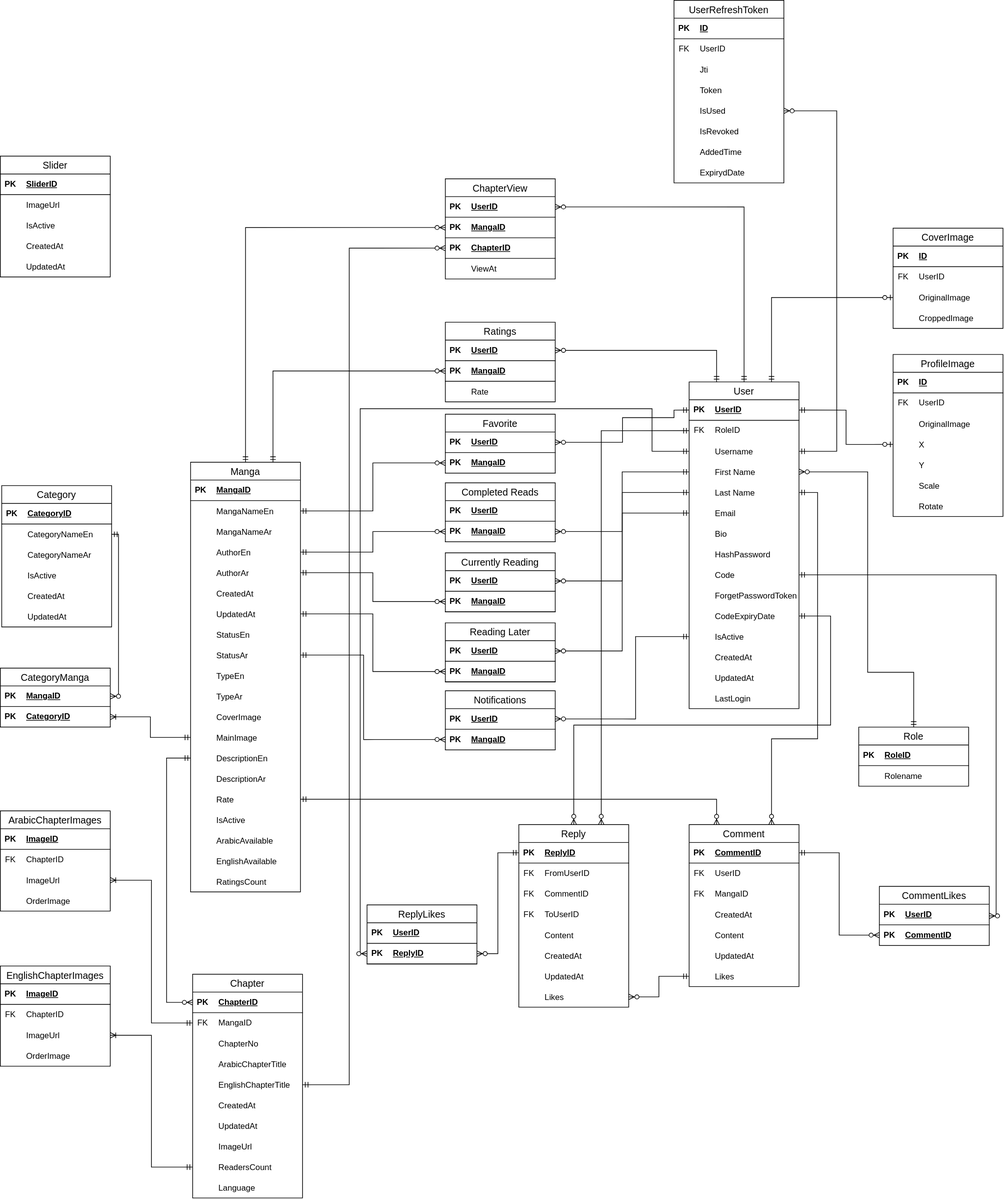
Earlier version of the draw.io export ERD/ARABOON.svg (darxx03eh/ARABOON-Backend). Source tidied: cells renumbered, new cells last; positions are measured from the earlier drawing's top-left corner, leaving out a move shared by most shapes.
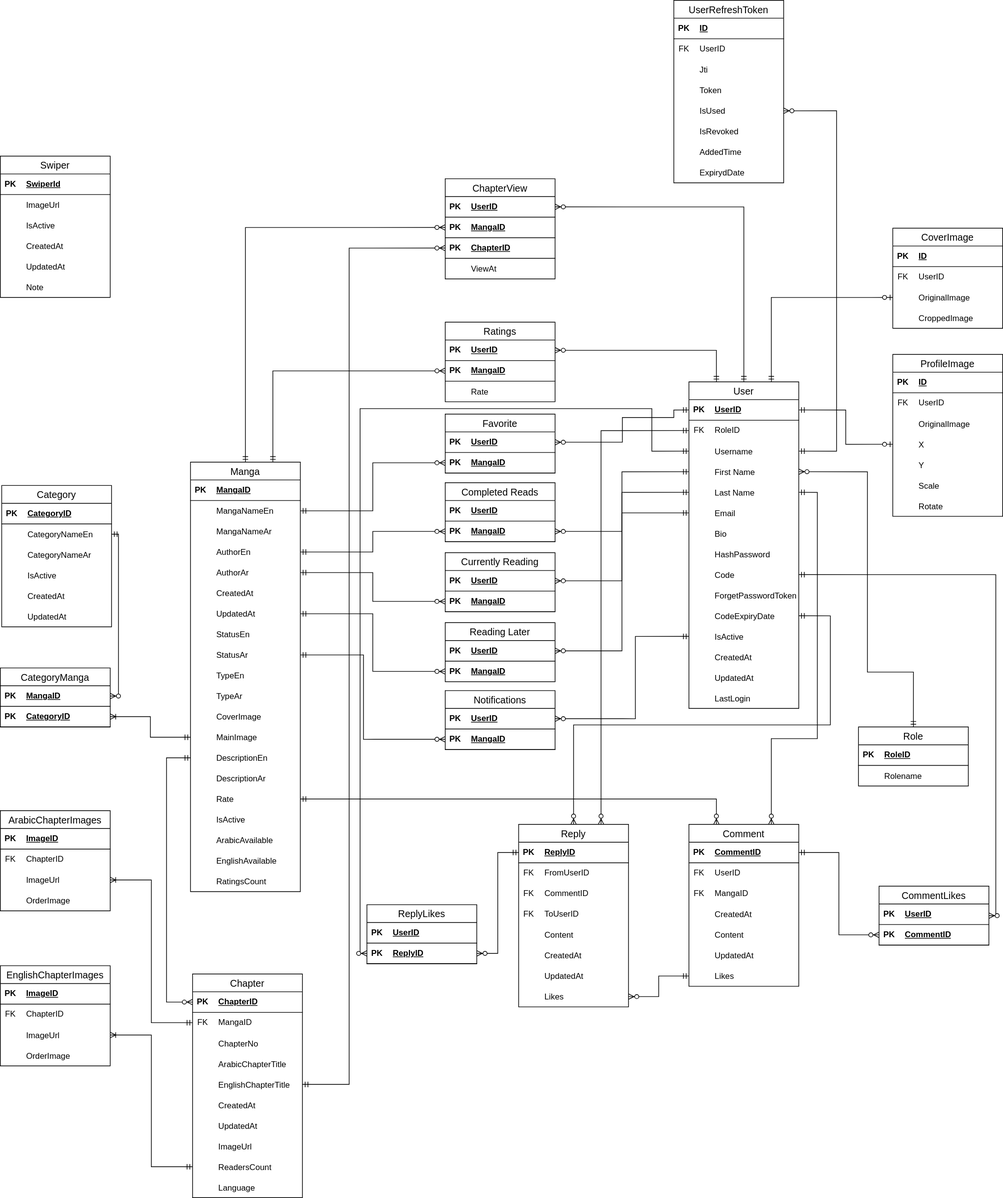
Above is the later version.

The edit, as a diff of the source:
```diff
@@ -1355,11 +1355,11 @@
         </Array>
       </mxGeometry>
     </mxCell>
-    <mxCell id="434" value="Slider" style="swimlane;fontStyle=0;horizontal=1;startSize=26;align=center;fontSize=14;" parent="1" vertex="1">
-      <mxGeometry y="227" width="160" height="176" as="geometry" />
+    <mxCell id="434" value="Swiper" style="swimlane;fontStyle=0;horizontal=1;startSize=26;align=center;fontSize=14;" parent="1" vertex="1">
+      <mxGeometry y="227" width="160" height="206" as="geometry" />
     </mxCell>
     <mxCell id="435" style="shape=table;startSize=0;rowLines=0;fontStyle=0;align=center;strokeColor=none;fillColor=none;" parent="434" vertex="1">
-      <mxGeometry y="26" width="160" height="150" as="geometry" />
+      <mxGeometry y="26" width="160" height="180" as="geometry" />
     </mxCell>
     <mxCell id="436" style="shape=tableRow;horizontal=0;startSize=0;swimlaneHead=0;swimlaneBody=0;fillColor=none;top=0;left=0;right=0;bottom=1;" parent="435" vertex="1">
       <mxGeometry width="160" height="30" as="geometry" />
@@ -1367,7 +1367,7 @@
     <mxCell id="437" value="PK" style="shape=partialRectangle;fillColor=none;top=0;left=0;bottom=0;right=0;fontStyle=1;overflow=hidden;whiteSpace=wrap;html=1;" parent="436" vertex="1">
       <mxGeometry width="30" height="30" as="geometry" />
     </mxCell>
-    <mxCell id="438" value="SliderID" style="shape=partialRectangle;fillColor=none;top=0;left=0;bottom=0;right=0;align=left;spacingLeft=6;fontStyle=5;overflow=hidden;whiteSpace=wrap;html=1;" parent="436" vertex="1">
+    <mxCell id="438" value="SwiperId" style="shape=partialRectangle;fillColor=none;top=0;left=0;bottom=0;right=0;align=left;spacingLeft=6;fontStyle=5;overflow=hidden;whiteSpace=wrap;html=1;" parent="436" vertex="1">
       <mxGeometry x="30" width="130" height="30" as="geometry" />
     </mxCell>
     <mxCell id="439" style="shape=tableRow;horizontal=0;startSize=0;swimlaneHead=0;swimlaneBody=0;fillColor=none;top=0;left=0;right=0;bottom=0;" parent="435" vertex="1">
@@ -1406,5 +1406,14 @@
     <mxCell id="450" value="UpdatedAt" style="shape=partialRectangle;fillColor=none;top=0;left=0;bottom=0;right=0;align=left;spacingLeft=6;overflow=hidden;" parent="448" vertex="1">
       <mxGeometry x="30" width="130" height="30" as="geometry" />
     </mxCell>
+    <mxCell id="451" style="shape=tableRow;horizontal=0;startSize=0;swimlaneHead=0;swimlaneBody=0;fillColor=none;top=0;left=0;right=0;bottom=0;" parent="435" vertex="1">
+      <mxGeometry y="150" width="160" height="30" as="geometry" />
+    </mxCell>
+    <mxCell id="452" style="shape=partialRectangle;fillColor=none;top=0;left=0;bottom=0;right=0;overflow=hidden;" parent="451" vertex="1">
+      <mxGeometry width="30" height="30" as="geometry" />
+    </mxCell>
+    <mxCell id="453" value="Note" style="shape=partialRectangle;fillColor=none;top=0;left=0;bottom=0;right=0;align=left;spacingLeft=6;overflow=hidden;" parent="451" vertex="1">
+      <mxGeometry x="30" width="130" height="30" as="geometry" />
+    </mxCell>
   </root>
 </mxGraphModel>
```
